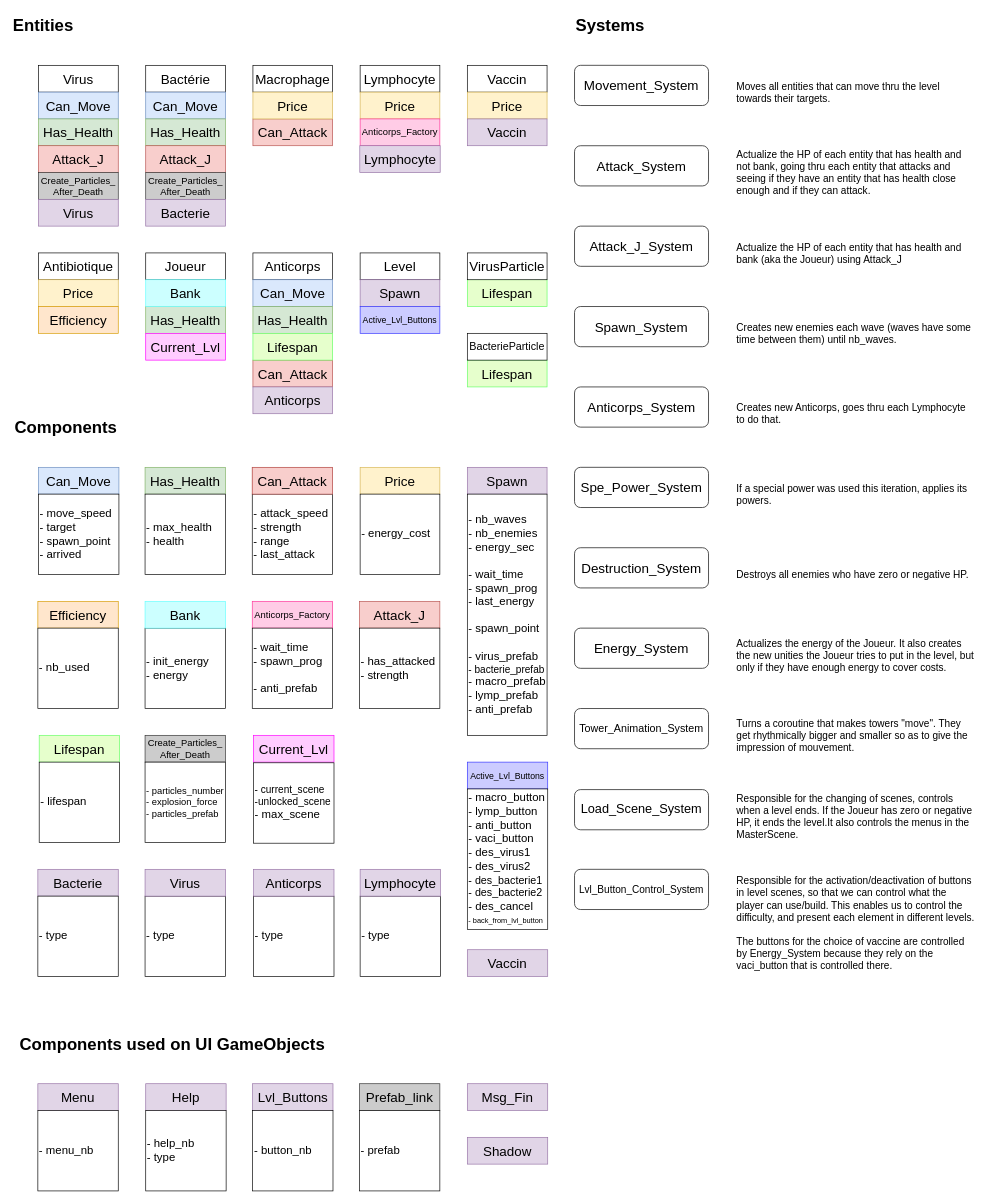
Titanmito/Immunocalypse keeps this draw.io diagram as entities_components.drawio. Above is the earlier version. Source tidied: cells renumbered, new cells numbered last; positions are measured from the earlier drawing's top-left corner, leaving out a move shared by most shapes. Both pictures are drawn from the tidied source at 67%, with x=0, y=0 at pixel (11, 11).
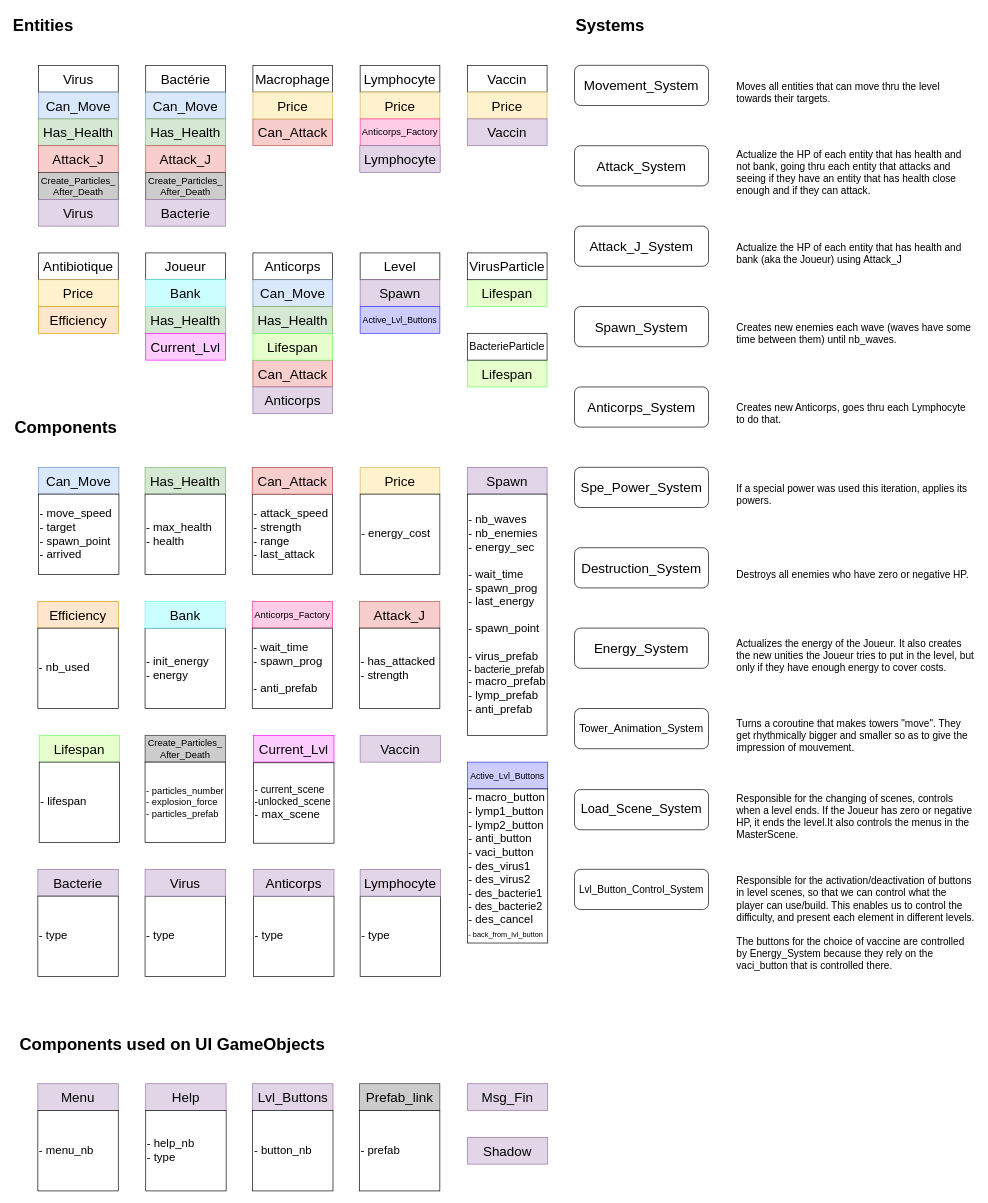
The same page after the edit.

Diff of the diagram source:
```diff
@@
     <mxCell id="91" value="&lt;font style=&quot;font-size: 20px&quot;&gt;Vaccin&lt;/font&gt;" style="rounded=0;whiteSpace=wrap;html=1;fillColor=#e1d5e7;strokeColor=#9673a6;" parent="1" vertex="1">
-      <mxGeometry x="680" y="1400" width="120" height="40" as="geometry" />
+      <mxGeometry x="520" y="1080" width="120" height="40" as="geometry" />
     </mxCell>
@@
-    <mxCell id="104" value="&lt;div&gt;&lt;font style=&quot;font-size: 17px&quot;&gt;- macro_button&lt;/font&gt;&lt;/div&gt;&lt;div&gt;&lt;font style=&quot;font-size: 17px&quot;&gt;- lymp_button&lt;/font&gt;&lt;/div&gt;&lt;div&gt;&lt;font style=&quot;font-size: 17px&quot;&gt;- anti_button&lt;/font&gt;&lt;/div&gt;&lt;div&gt;&lt;font style=&quot;font-size: 17px&quot;&gt;- vaci_button&lt;/font&gt;&lt;/div&gt;&lt;div&gt;&lt;font style=&quot;font-size: 17px&quot;&gt;- des_virus1&lt;/font&gt;&lt;/div&gt;&lt;div&gt;&lt;font style=&quot;font-size: 17px&quot;&gt;- des_virus2&lt;br&gt;&lt;/font&gt;&lt;/div&gt;&lt;div style=&quot;font-size: 16px&quot;&gt;&lt;font style=&quot;font-size: 16px&quot;&gt;- des_bacterie1&lt;br&gt;&lt;/font&gt;&lt;/div&gt;&lt;div style=&quot;font-size: 17px&quot;&gt;&lt;font style=&quot;font-size: 16px&quot;&gt;- &lt;/font&gt;&lt;font style=&quot;font-size: 16px&quot;&gt;&lt;font style=&quot;font-size: 16px&quot;&gt;des_bacterie2&lt;/font&gt;&lt;/font&gt;&lt;/div&gt;&lt;div style=&quot;font-size: 17px&quot;&gt;&lt;font style=&quot;font-size: 17px&quot;&gt;&lt;font style=&quot;font-size: 17px&quot;&gt;- des_cancel&lt;/font&gt;&lt;/font&gt;&lt;/div&gt;&lt;div style=&quot;font-size: 17px&quot;&gt;&lt;font style=&quot;font-size: 11px&quot;&gt;&lt;font style=&quot;font-size: 11px&quot;&gt;&lt;font style=&quot;font-size: 11px&quot;&gt;- back_from_lvl_button&lt;/font&gt;&lt;br&gt;&lt;/font&gt;&lt;/font&gt;&lt;/div&gt;" style="rounded=0;whiteSpace=wrap;html=1;align=left;" parent="1" vertex="1">
-      <mxGeometry x="680" y="1160" width="120" height="210" as="geometry" />
+    <mxCell id="104" value="&lt;div&gt;&lt;font style=&quot;font-size: 17px&quot;&gt;- macro_button&lt;/font&gt;&lt;/div&gt;&lt;div&gt;&lt;font style=&quot;font-size: 17px&quot;&gt;- lymp1_button&lt;/font&gt;&lt;/div&gt;&lt;div&gt;&lt;font style=&quot;font-size: 17px&quot;&gt;- lymp2_button&lt;br&gt;&lt;/font&gt;&lt;/div&gt;&lt;div&gt;&lt;font style=&quot;font-size: 17px&quot;&gt;- anti_button&lt;/font&gt;&lt;/div&gt;&lt;div&gt;&lt;font style=&quot;font-size: 17px&quot;&gt;- vaci_button&lt;/font&gt;&lt;/div&gt;&lt;div&gt;&lt;font style=&quot;font-size: 17px&quot;&gt;- des_virus1&lt;/font&gt;&lt;/div&gt;&lt;div&gt;&lt;font style=&quot;font-size: 17px&quot;&gt;- des_virus2&lt;br&gt;&lt;/font&gt;&lt;/div&gt;&lt;div style=&quot;font-size: 16px&quot;&gt;&lt;font style=&quot;font-size: 16px&quot;&gt;- des_bacterie1&lt;br&gt;&lt;/font&gt;&lt;/div&gt;&lt;div style=&quot;font-size: 17px&quot;&gt;&lt;font style=&quot;font-size: 16px&quot;&gt;- &lt;/font&gt;&lt;font style=&quot;font-size: 16px&quot;&gt;&lt;font style=&quot;font-size: 16px&quot;&gt;des_bacterie2&lt;/font&gt;&lt;/font&gt;&lt;/div&gt;&lt;div style=&quot;font-size: 17px&quot;&gt;&lt;font style=&quot;font-size: 17px&quot;&gt;&lt;font style=&quot;font-size: 17px&quot;&gt;- des_cancel&lt;/font&gt;&lt;/font&gt;&lt;/div&gt;&lt;div style=&quot;font-size: 17px&quot;&gt;&lt;font style=&quot;font-size: 11px&quot;&gt;&lt;font style=&quot;font-size: 11px&quot;&gt;&lt;font style=&quot;font-size: 11px&quot;&gt;- back_from_lvl_button&lt;/font&gt;&lt;br&gt;&lt;/font&gt;&lt;/font&gt;&lt;/div&gt;" style="rounded=0;whiteSpace=wrap;html=1;align=left;" parent="1" vertex="1">
+      <mxGeometry x="680" y="1160" width="120" height="230" as="geometry" />
     </mxCell>
```
